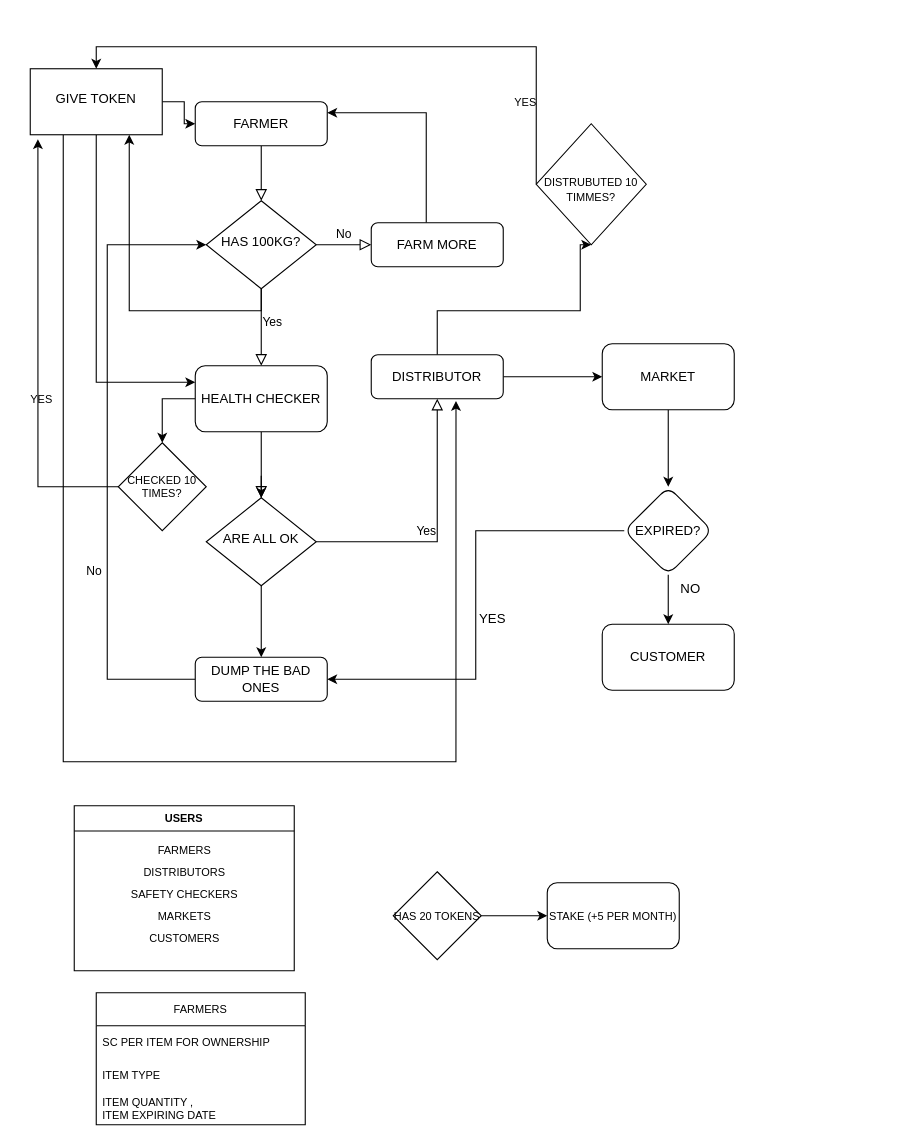
This is Untitled Diagram.drawio from gianniskok/agricultural-sc, a draw.io file, before an edit. Source tidied: cells renumbered, new cells numbered last; positions are measured from the earlier drawing's top-left corner, leaving out a move shared by most shapes. Both pictures are drawn from the tidied source at 110%, with x=0, y=0 at pixel (19, 46).
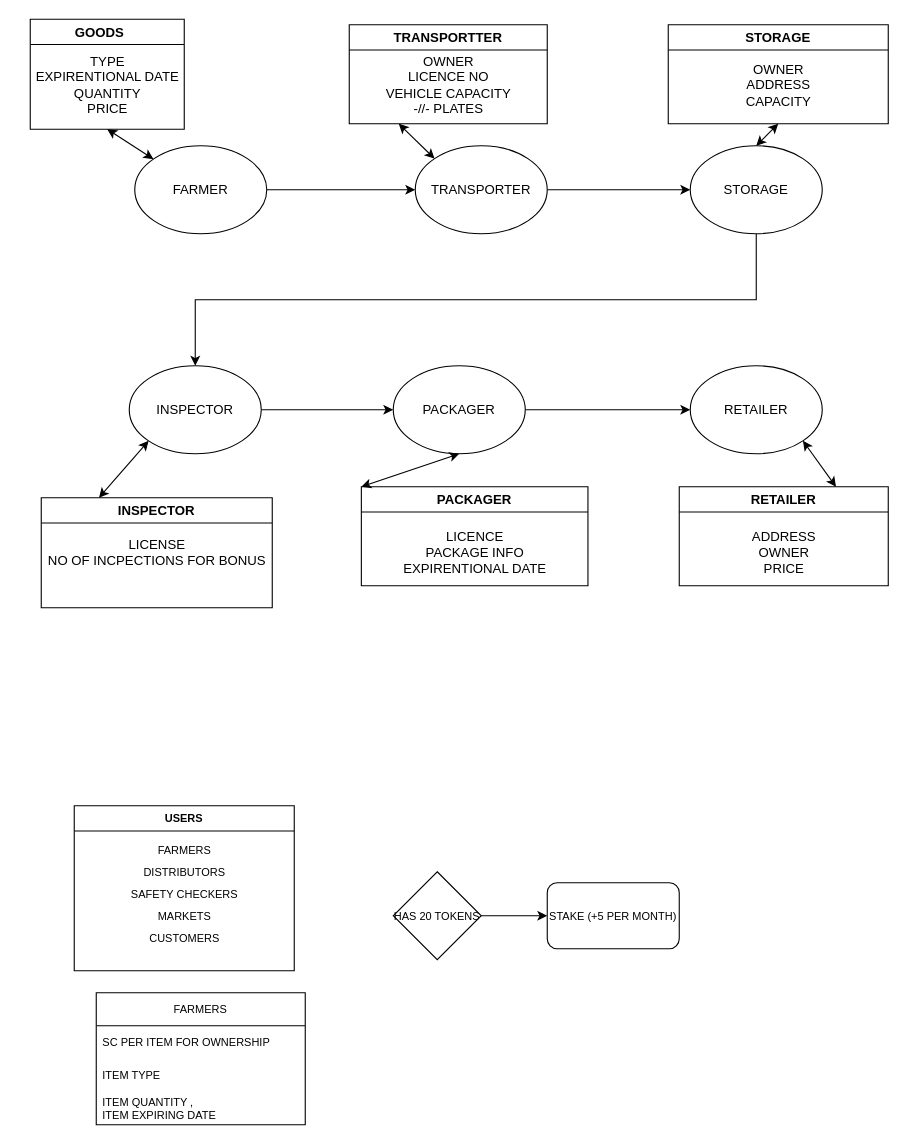
Above is the later version.

Diff of the diagram source:
```diff
@@
-    <mxCell id="2" style="rounded=0;html=1;jettySize=auto;fontSize=11;endArrow=block;endFill=0;endSize=8;strokeWidth=1;shadow=0;labelBackgroundColor=none;edgeStyle=orthogonalEdgeStyle;" parent="1" edge="1" source="3" target="7">
-      <mxGeometry relative="1" as="geometry" />
-    </mxCell>
-    <mxCell id="3" value="FARMER" style="rounded=1;whiteSpace=wrap;html=1;fontSize=12;glass=0;strokeWidth=1;shadow=0;" parent="1" vertex="1">
-      <mxGeometry x="160" y="50" width="120" height="40" as="geometry" />
-    </mxCell>
-    <mxCell id="4" value="Yes" style="rounded=0;html=1;jettySize=auto;fontSize=11;endArrow=block;endFill=0;endSize=8;strokeWidth=1;shadow=0;labelBackgroundColor=none;edgeStyle=orthogonalEdgeStyle;" parent="1" edge="1" source="7">
-      <mxGeometry x="-0.14" y="10" relative="1" as="geometry">
-        <mxPoint x="220" y="290" as="targetPoint" />
-        <Array as="points">
-          <mxPoint x="220" y="250" />
-          <mxPoint x="220" y="250" />
-        </Array>
-      </mxGeometry>
-    </mxCell>
-    <mxCell id="5" value="No" style="edgeStyle=orthogonalEdgeStyle;rounded=0;html=1;jettySize=auto;fontSize=11;endArrow=block;endFill=0;endSize=8;strokeWidth=1;shadow=0;labelBackgroundColor=none;" parent="1" edge="1" source="7" target="9">
-      <mxGeometry y="10" relative="1" as="geometry" />
-    </mxCell>
-    <mxCell id="6" style="edgeStyle=orthogonalEdgeStyle;rounded=0;jettySize=auto;html=1;" parent="1" edge="1" source="7" target="33">
-      <mxGeometry relative="1" as="geometry">
-        <Array as="points">
-          <mxPoint x="220" y="240" />
-          <mxPoint x="100" y="240" />
-        </Array>
-      </mxGeometry>
-    </mxCell>
-    <mxCell id="7" value="HAS 100KG?" style="rhombus;whiteSpace=wrap;html=1;shadow=0;fontFamily=Helvetica;fontSize=12;align=center;strokeWidth=1;spacing=6;spacingTop=-4;" parent="1" vertex="1">
-      <mxGeometry x="170" y="140" width="100" height="80" as="geometry" />
-    </mxCell>
-    <mxCell id="8" style="edgeStyle=orthogonalEdgeStyle;rounded=0;jettySize=auto;html=1;entryX=1;entryY=0.25;entryDx=0;entryDy=0;" parent="1" edge="1" source="9" target="3">
-      <mxGeometry relative="1" as="geometry">
-        <Array as="points">
-          <mxPoint x="370" y="60" />
-        </Array>
-      </mxGeometry>
-    </mxCell>
-    <mxCell id="9" value="FARM MORE" style="rounded=1;whiteSpace=wrap;html=1;fontSize=12;glass=0;strokeWidth=1;shadow=0;" parent="1" vertex="1">
-      <mxGeometry x="320" y="160" width="120" height="40" as="geometry" />
-    </mxCell>
-    <mxCell id="10" value="No" style="rounded=0;html=1;jettySize=auto;fontSize=11;endArrow=block;endFill=0;endSize=8;strokeWidth=1;shadow=0;labelBackgroundColor=none;edgeStyle=orthogonalEdgeStyle;" parent="1" edge="1" source="13">
-      <mxGeometry x="0.5" y="-81" relative="1" as="geometry">
-        <mxPoint x="220" y="410" as="targetPoint" />
-        <mxPoint x="-71" y="80" as="offset" />
-      </mxGeometry>
-    </mxCell>
-    <mxCell id="11" value="Yes" style="edgeStyle=orthogonalEdgeStyle;rounded=0;html=1;jettySize=auto;fontSize=11;endArrow=block;endFill=0;endSize=8;strokeWidth=1;shadow=0;labelBackgroundColor=none;" parent="1" edge="1" source="13" target="18">
-      <mxGeometry y="10" relative="1" as="geometry" />
-    </mxCell>
-    <mxCell id="12" style="edgeStyle=orthogonalEdgeStyle;rounded=0;jettySize=auto;html=1;entryX=0.5;entryY=0;entryDx=0;entryDy=0;" parent="1" edge="1" source="13" target="15">
-      <mxGeometry relative="1" as="geometry" />
-    </mxCell>
-    <mxCell id="13" value="ARE ALL OK" style="rhombus;whiteSpace=wrap;html=1;shadow=0;fontFamily=Helvetica;fontSize=12;align=center;strokeWidth=1;spacing=6;spacingTop=-4;" parent="1" vertex="1">
-      <mxGeometry x="170" y="410" width="100" height="80" as="geometry" />
-    </mxCell>
-    <mxCell id="14" style="edgeStyle=orthogonalEdgeStyle;rounded=0;jettySize=auto;html=1;entryX=0;entryY=0.5;entryDx=0;entryDy=0;" parent="1" edge="1" source="15" target="7">
-      <mxGeometry relative="1" as="geometry">
-        <Array as="points">
-          <mxPoint x="80" y="575" />
-          <mxPoint x="80" y="180" />
-        </Array>
-      </mxGeometry>
-    </mxCell>
-    <mxCell id="15" value="DUMP THE BAD ONES" style="rounded=1;whiteSpace=wrap;html=1;fontSize=12;glass=0;strokeWidth=1;shadow=0;" parent="1" vertex="1">
-      <mxGeometry x="160" y="555" width="120" height="40" as="geometry" />
-    </mxCell>
-    <mxCell id="16" style="edgeStyle=orthogonalEdgeStyle;rounded=0;jettySize=auto;html=1;" parent="1" edge="1" source="18" target="23">
-      <mxGeometry relative="1" as="geometry" />
-    </mxCell>
-    <mxCell id="17" style="edgeStyle=orthogonalEdgeStyle;rounded=0;jettySize=auto;html=1;fontSize=10;entryX=0.5;entryY=1;entryDx=0;entryDy=0;" parent="1" edge="1" source="18" target="35">
-      <mxGeometry relative="1" as="geometry">
-        <Array as="points">
-          <mxPoint x="380" y="240" />
-          <mxPoint x="510" y="240" />
-        </Array>
-      </mxGeometry>
-    </mxCell>
-    <mxCell id="18" value="DISTRIBUTOR" style="rounded=1;whiteSpace=wrap;html=1;fontSize=12;glass=0;strokeWidth=1;shadow=0;" parent="1" vertex="1">
-      <mxGeometry x="320" y="280" width="120" height="40" as="geometry" />
-    </mxCell>
-    <mxCell id="19" style="edgeStyle=orthogonalEdgeStyle;rounded=0;jettySize=auto;html=1;exitX=0.5;exitY=1;exitDx=0;exitDy=0;" parent="1" edge="1" source="21">
-      <mxGeometry relative="1" as="geometry">
-        <mxPoint x="220" y="410" as="targetPoint" />
-      </mxGeometry>
-    </mxCell>
-    <mxCell id="20" style="edgeStyle=orthogonalEdgeStyle;rounded=0;jettySize=auto;html=1;exitX=0;exitY=0.5;exitDx=0;exitDy=0;entryX=0.5;entryY=0;entryDx=0;entryDy=0;fontSize=10;" parent="1" edge="1" source="21" target="38">
-      <mxGeometry relative="1" as="geometry" />
-    </mxCell>
-    <mxCell id="21" value="HEALTH CHECKER" style="rounded=1;whiteSpace=wrap;html=1;" parent="1" vertex="1">
-      <mxGeometry x="160" y="290" width="120" height="60" as="geometry" />
-    </mxCell>
-    <mxCell id="22" style="edgeStyle=orthogonalEdgeStyle;rounded=0;jettySize=auto;html=1;" parent="1" edge="1" source="23" target="27">
-      <mxGeometry relative="1" as="geometry" />
-    </mxCell>
-    <mxCell id="23" value="MARKET" style="rounded=1;whiteSpace=wrap;html=1;" parent="1" vertex="1">
-      <mxGeometry x="530" y="270" width="120" height="60" as="geometry" />
-    </mxCell>
-    <mxCell id="24" value="CUSTOMER" style="rounded=1;whiteSpace=wrap;html=1;" parent="1" vertex="1">
-      <mxGeometry x="530" y="525" width="120" height="60" as="geometry" />
-    </mxCell>
-    <mxCell id="25" style="edgeStyle=orthogonalEdgeStyle;rounded=0;jettySize=auto;html=1;" parent="1" edge="1" source="27" target="24">
-      <mxGeometry relative="1" as="geometry" />
-    </mxCell>
-    <mxCell id="26" style="edgeStyle=orthogonalEdgeStyle;rounded=0;jettySize=auto;html=1;entryX=1;entryY=0.5;entryDx=0;entryDy=0;" parent="1" edge="1" source="27" target="15">
-      <mxGeometry relative="1" as="geometry" />
-    </mxCell>
-    <mxCell id="27" value="EXPIRED?" style="rhombus;whiteSpace=wrap;html=1;rounded=1;" parent="1" vertex="1">
-      <mxGeometry x="550" y="400" width="80" height="80" as="geometry" />
-    </mxCell>
-    <mxCell id="28" value="&lt;div&gt;NO&lt;/div&gt;&lt;div&gt;&lt;br&gt;&lt;/div&gt;" style="text;html=1;align=center;verticalAlign=middle;strokeColor=none;fillColor=none;" parent="1" vertex="1">
-      <mxGeometry x="595" y="485" width="30" height="30" as="geometry" />
-    </mxCell>
-    <mxCell id="29" value="YES" style="text;html=1;align=center;verticalAlign=middle;strokeColor=none;fillColor=none;" parent="1" vertex="1">
-      <mxGeometry x="410" y="510" width="40" height="20" as="geometry" />
-    </mxCell>
-    <mxCell id="30" style="edgeStyle=orthogonalEdgeStyle;rounded=0;jettySize=auto;html=1;" parent="1" edge="1" source="33" target="3">
-      <mxGeometry relative="1" as="geometry" />
-    </mxCell>
-    <mxCell id="31" style="edgeStyle=orthogonalEdgeStyle;rounded=0;jettySize=auto;html=1;exitX=0.25;exitY=1;exitDx=0;exitDy=0;fontSize=10;entryX=0.642;entryY=1.05;entryDx=0;entryDy=0;entryPerimeter=0;" parent="1" edge="1" source="33" target="18">
-      <mxGeometry relative="1" as="geometry">
-        <Array as="points">
-          <mxPoint x="40" y="650" />
-          <mxPoint x="397" y="650" />
-        </Array>
-      </mxGeometry>
-    </mxCell>
-    <mxCell id="32" style="edgeStyle=orthogonalEdgeStyle;rounded=0;jettySize=auto;html=1;exitX=0.5;exitY=1;exitDx=0;exitDy=0;entryX=0;entryY=0.25;entryDx=0;entryDy=0;fontSize=10;" parent="1" edge="1" source="33" target="21">
-      <mxGeometry relative="1" as="geometry" />
-    </mxCell>
-    <mxCell id="33" value="GIVE TOKEN" style="whiteSpace=wrap;html=1;shadow=0;strokeWidth=1;spacing=6;spacingTop=-4;" parent="1" vertex="1">
-      <mxGeometry x="10" y="20" width="120" height="60" as="geometry" />
-    </mxCell>
-    <mxCell id="34" style="edgeStyle=orthogonalEdgeStyle;rounded=0;jettySize=auto;html=1;exitX=0;exitY=0.5;exitDx=0;exitDy=0;fontSize=10;entryX=0.5;entryY=0;entryDx=0;entryDy=0;" parent="1" edge="1" source="35" target="33">
-      <mxGeometry relative="1" as="geometry">
-        <Array as="points">
-          <mxPoint x="470" />
-          <mxPoint x="70" />
-        </Array>
-      </mxGeometry>
-    </mxCell>
-    <mxCell id="35" value="&lt;div&gt;&lt;font style=&quot;font-size: 10px&quot;&gt;&lt;br&gt;&lt;/font&gt;&lt;/div&gt;&lt;div&gt;&lt;font style=&quot;font-size: 10px&quot;&gt;&lt;br&gt;&lt;/font&gt;&lt;/div&gt;&lt;div&gt;&lt;font style=&quot;font-size: 10px&quot;&gt;DISTRUBUTED 10 TIMMES?&lt;/font&gt;&lt;/div&gt;&lt;div&gt;&lt;font size=&quot;3&quot;&gt;&lt;br&gt;&lt;/font&gt;&lt;/div&gt;" style="rhombus;whiteSpace=wrap;html=1;" parent="1" vertex="1">
-      <mxGeometry x="470" y="70" width="100" height="110" as="geometry" />
-    </mxCell>
-    <mxCell id="36" value="&lt;div&gt;YES&lt;/div&gt;" style="text;html=1;align=center;verticalAlign=middle;strokeColor=none;fillColor=none;fontSize=10;" parent="1" vertex="1">
-      <mxGeometry x="440" y="40" width="40" height="20" as="geometry" />
-    </mxCell>
-    <mxCell id="37" style="edgeStyle=orthogonalEdgeStyle;rounded=0;jettySize=auto;html=1;exitX=0;exitY=0.5;exitDx=0;exitDy=0;entryX=0.058;entryY=1.067;entryDx=0;entryDy=0;entryPerimeter=0;fontSize=10;" parent="1" edge="1" source="38" target="33">
-      <mxGeometry relative="1" as="geometry" />
-    </mxCell>
-    <mxCell id="38" value="&lt;div&gt;CHECKED 10 TIMES?&lt;/div&gt;" style="rhombus;whiteSpace=wrap;html=1;fontSize=10;" parent="1" vertex="1">
-      <mxGeometry x="90" y="360" width="80" height="80" as="geometry" />
-    </mxCell>
-    <mxCell id="39" value="&lt;div&gt;YES&lt;/div&gt;" style="text;html=1;align=center;verticalAlign=middle;strokeColor=none;fillColor=none;fontSize=10;" parent="1" vertex="1">
-      <mxGeometry y="310" width="40" height="20" as="geometry" />
-    </mxCell>
@@
+    <mxCell id="53" style="edgeStyle=orthogonalEdgeStyle;rounded=0;jettySize=auto;html=1;exitX=1;exitY=0.5;exitDx=0;exitDy=0;entryX=0;entryY=0.5;entryDx=0;entryDy=0;" parent="1" edge="1" source="54" target="55">
+      <mxGeometry relative="1" as="geometry" />
+    </mxCell>
+    <mxCell id="54" value="PACKAGER" style="ellipse;whiteSpace=wrap;html=1;" parent="1" vertex="1">
+      <mxGeometry x="340" y="290" width="120" height="80" as="geometry" />
+    </mxCell>
+    <mxCell id="55" value="RETAILER" style="ellipse;whiteSpace=wrap;html=1;" parent="1" vertex="1">
+      <mxGeometry x="610" y="290" width="120" height="80" as="geometry" />
+    </mxCell>
+    <mxCell id="56" style="edgeStyle=orthogonalEdgeStyle;rounded=0;jettySize=auto;html=1;exitX=1;exitY=0.5;exitDx=0;exitDy=0;entryX=0;entryY=0.5;entryDx=0;entryDy=0;" parent="1" edge="1" source="57" target="54">
+      <mxGeometry relative="1" as="geometry" />
+    </mxCell>
+    <mxCell id="57" value="INSPECTOR" style="ellipse;whiteSpace=wrap;html=1;" parent="1" vertex="1">
+      <mxGeometry x="100" y="290" width="120" height="80" as="geometry" />
+    </mxCell>
+    <mxCell id="58" style="edgeStyle=orthogonalEdgeStyle;rounded=0;jettySize=auto;html=1;exitX=0.5;exitY=1;exitDx=0;exitDy=0;entryX=0.5;entryY=0;entryDx=0;entryDy=0;" parent="1" edge="1" source="59" target="57">
+      <mxGeometry relative="1" as="geometry" />
+    </mxCell>
+    <mxCell id="59" value="STORAGE" style="ellipse;whiteSpace=wrap;html=1;" parent="1" vertex="1">
+      <mxGeometry x="610" y="90" width="120" height="80" as="geometry" />
+    </mxCell>
+    <mxCell id="60" style="edgeStyle=orthogonalEdgeStyle;rounded=0;jettySize=auto;html=1;exitX=1;exitY=0.5;exitDx=0;exitDy=0;entryX=0;entryY=0.5;entryDx=0;entryDy=0;" parent="1" edge="1" source="61" target="59">
+      <mxGeometry relative="1" as="geometry" />
+    </mxCell>
+    <mxCell id="61" value="TRANSPORTER" style="ellipse;whiteSpace=wrap;html=1;" parent="1" vertex="1">
+      <mxGeometry x="360" y="90" width="120" height="80" as="geometry" />
+    </mxCell>
+    <mxCell id="62" style="edgeStyle=orthogonalEdgeStyle;rounded=0;jettySize=auto;html=1;exitX=1;exitY=0.5;exitDx=0;exitDy=0;entryX=0;entryY=0.5;entryDx=0;entryDy=0;" parent="1" edge="1" source="3" target="61">
+      <mxGeometry relative="1" as="geometry" />
+    </mxCell>
+    <mxCell id="3" value="&lt;div&gt;FARMER&lt;/div&gt;" style="ellipse;whiteSpace=wrap;html=1;" parent="1" vertex="1">
+      <mxGeometry x="105" y="90" width="120" height="80" as="geometry" />
+    </mxCell>
+    <mxCell id="63" style="endArrow=classic;startArrow=classic;html=1;rounded=0;exitX=0.5;exitY=1;exitDx=0;exitDy=0;" parent="1" edge="1" source="64" target="3">
+      <mxGeometry relative="1" as="geometry" />
+    </mxCell>
+    <mxCell id="64" value="GOODS    " style="swimlane;" parent="1" vertex="1">
+      <mxGeometry x="10" y="-25" width="140" height="100" as="geometry" />
+    </mxCell>
+    <mxCell id="65" value="&lt;div&gt;TYPE&lt;/div&gt;&lt;div&gt;EXPIRENTIONAL DATE&lt;/div&gt;&lt;div&gt;QUANTITY&lt;/div&gt;&lt;div&gt;PRICE&lt;br&gt;&lt;/div&gt;" style="text;html=1;align=center;verticalAlign=middle;strokeColor=none;fillColor=none;" parent="64" vertex="1">
+      <mxGeometry y="30" width="140" height="60" as="geometry" />
+    </mxCell>
+    <mxCell id="66" value="TRANSPORTTER" style="swimlane;" parent="1" vertex="1">
+      <mxGeometry x="300" y="-20" width="180" height="90" as="geometry" />
+    </mxCell>
+    <mxCell id="67" value="&lt;div&gt;&lt;div&gt;&lt;br&gt;&lt;/div&gt;&lt;div&gt;&lt;br&gt;&lt;/div&gt;&lt;div&gt;OWNER&lt;/div&gt;&lt;div&gt;LICENCE NO&lt;/div&gt;&lt;/div&gt;&lt;div&gt;VEHICLE CAPACITY&lt;/div&gt;&lt;div&gt;-//- PLATES&lt;/div&gt;&lt;div&gt;&lt;br&gt;&lt;/div&gt;&lt;div&gt;&lt;br&gt;&lt;/div&gt;" style="text;html=1;align=center;verticalAlign=middle;strokeColor=none;fillColor=none;" parent="66" vertex="1">
+      <mxGeometry x="25" y="-5" width="130" height="120" as="geometry" />
+    </mxCell>
+    <mxCell id="68" style="endArrow=classic;startArrow=classic;html=1;rounded=0;exitX=0;exitY=0;exitDx=0;exitDy=0;entryX=0.25;entryY=1;entryDx=0;entryDy=0;" parent="1" edge="1" source="61" target="66">
+      <mxGeometry relative="1" as="geometry" />
+    </mxCell>
+    <mxCell id="69" value="STORAGE" style="swimlane;" parent="1" vertex="1">
+      <mxGeometry x="590" y="-20" width="200" height="90" as="geometry" />
+    </mxCell>
+    <mxCell id="70" value="&lt;div&gt;OWNER&lt;/div&gt;&lt;div&gt;ADDRESS&lt;/div&gt;&lt;div&gt;CAPACITY&lt;br&gt;&lt;/div&gt;" style="text;html=1;align=center;verticalAlign=middle;strokeColor=none;fillColor=none;" parent="69" vertex="1">
+      <mxGeometry x="65" y="30" width="70" height="50" as="geometry" />
+    </mxCell>
+    <mxCell id="71" style="endArrow=classic;startArrow=classic;html=1;rounded=0;exitX=0.5;exitY=0;exitDx=0;exitDy=0;entryX=0.5;entryY=1;entryDx=0;entryDy=0;" parent="1" edge="1" source="59" target="69">
+      <mxGeometry relative="1" as="geometry" />
+    </mxCell>
+    <mxCell id="72" value="INSPECTOR" style="swimlane;" parent="1" vertex="1">
+      <mxGeometry x="20" y="410" width="210" height="100" as="geometry" />
+    </mxCell>
+    <mxCell id="73" value="&lt;div&gt;LICENSE&lt;/div&gt;&lt;div&gt;NO OF INCPECTIONS FOR BONUS&lt;br&gt;&lt;/div&gt;" style="text;html=1;align=center;verticalAlign=middle;strokeColor=none;fillColor=none;" parent="72" vertex="1">
+      <mxGeometry y="35" width="210" height="30" as="geometry" />
+    </mxCell>
+    <mxCell id="74" style="endArrow=classic;startArrow=classic;html=1;rounded=0;exitX=0;exitY=1;exitDx=0;exitDy=0;entryX=0.25;entryY=0;entryDx=0;entryDy=0;" parent="1" edge="1" source="57" target="72">
+      <mxGeometry relative="1" as="geometry" />
+    </mxCell>
+    <mxCell id="75" value="PACKAGER" style="swimlane;" parent="1" vertex="1">
+      <mxGeometry x="311" y="400" width="206" height="90" as="geometry" />
+    </mxCell>
+    <mxCell id="76" value="&lt;div&gt;LICENCE&lt;/div&gt;&lt;div&gt;PACKAGE INFO&lt;/div&gt;&lt;div&gt;EXPIRENTIONAL DATE&lt;br&gt;&lt;/div&gt;" style="text;html=1;align=center;verticalAlign=middle;strokeColor=none;fillColor=none;" parent="75" vertex="1">
+      <mxGeometry x="33" y="35" width="140" height="50" as="geometry" />
+    </mxCell>
+    <mxCell id="77" style="endArrow=classic;startArrow=classic;html=1;rounded=0;exitX=0;exitY=0;exitDx=0;exitDy=0;entryX=0.5;entryY=1;entryDx=0;entryDy=0;" parent="1" edge="1" source="75" target="54">
+      <mxGeometry relative="1" as="geometry" />
+    </mxCell>
+    <mxCell id="78" value="RETAILER" style="swimlane;" parent="1" vertex="1">
+      <mxGeometry x="600" y="400" width="190" height="90" as="geometry" />
+    </mxCell>
+    <mxCell id="79" value="&lt;div&gt;ADDRESS&lt;/div&gt;&lt;div&gt;OWNER&lt;/div&gt;&lt;div&gt;PRICE&lt;br&gt;&lt;/div&gt;" style="text;html=1;align=center;verticalAlign=middle;strokeColor=none;fillColor=none;" parent="78" vertex="1">
+      <mxGeometry x="60" y="35" width="70" height="50" as="geometry" />
+    </mxCell>
+    <mxCell id="80" style="endArrow=classic;startArrow=classic;html=1;rounded=0;exitX=0.75;exitY=0;exitDx=0;exitDy=0;entryX=1;entryY=1;entryDx=0;entryDy=0;" parent="1" edge="1" source="78" target="55">
+      <mxGeometry relative="1" as="geometry" />
+    </mxCell>
```
